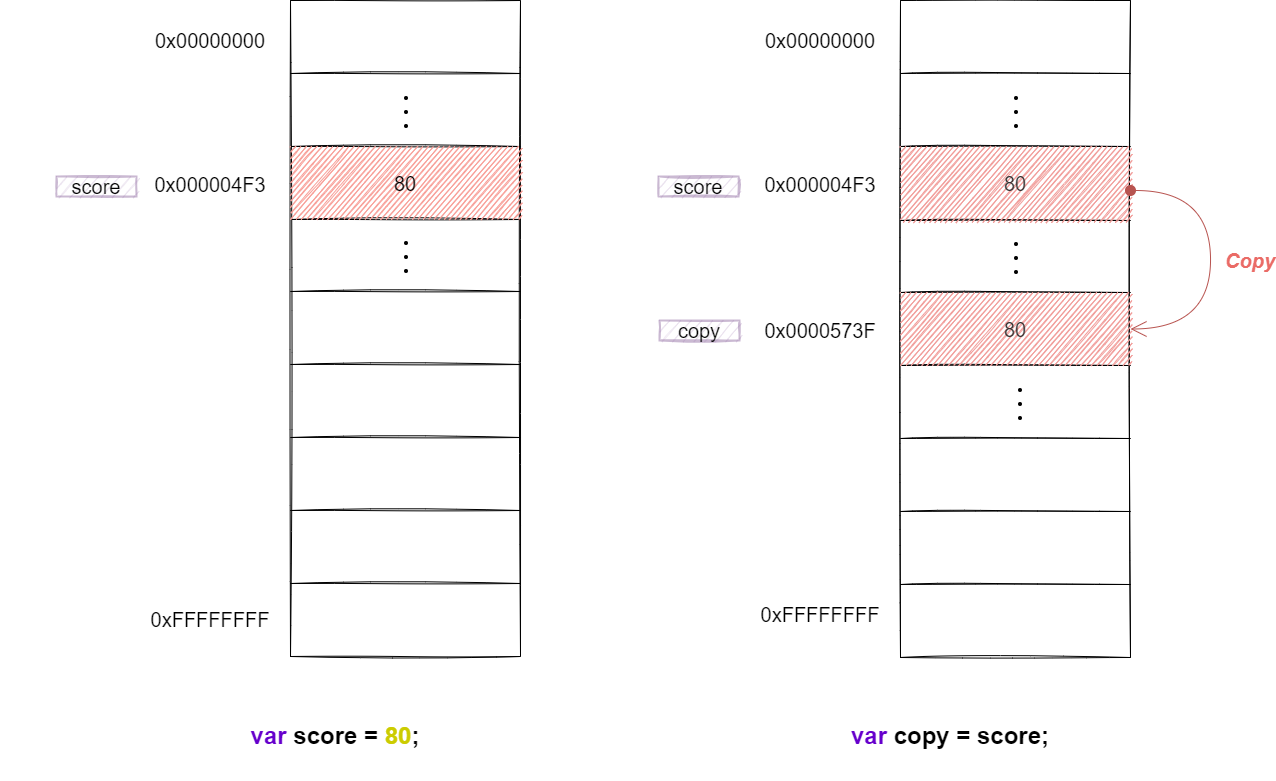
Earlier version of the draw.io export JavaScript/images/pass_by_value.png (canmarkme/Today-ILearned). Source tidied: cells renumbered, new cells last; positions are measured from the earlier drawing's top-left corner, leaving out a move shared by most shapes. The source it was exported from:
```xml
<mxGraphModel>
  <root>
    <mxCell id="0" />
    <mxCell id="1" parent="0" />
    <mxCell id="2" style="group;" parent="1" vertex="1">
      <mxGeometry width="520" height="780" as="geometry" />
    </mxCell>
    <mxCell id="3" style="shape=table;startSize=0;sketch=1;fillColor=none;" parent="2" vertex="1">
      <mxGeometry x="290" width="230" height="656" as="geometry" />
    </mxCell>
    <mxCell id="4" style="shape=partialRectangle;fillColor=none;top=0;left=0;bottom=0;right=0;sketch=1;" parent="3" vertex="1">
      <mxGeometry width="230" height="73" as="geometry" />
    </mxCell>
    <mxCell id="5" style="shape=partialRectangle;html=1;whiteSpace=wrap;overflow=hidden;fillColor=none;top=0;left=0;bottom=0;right=0;sketch=1;" parent="4" vertex="1">
      <mxGeometry width="230" height="73" as="geometry" />
    </mxCell>
    <mxCell id="6" style="shape=partialRectangle;fillColor=none;top=0;left=0;bottom=0;right=0;sketch=1;" parent="3" vertex="1">
      <mxGeometry y="73" width="230" height="73" as="geometry" />
    </mxCell>
    <mxCell id="7" value="&lt;div&gt;&lt;div&gt;&lt;ul&gt;&lt;li&gt;&lt;span style=&quot;font-size: 6px&quot;&gt;&amp;nbsp; &amp;nbsp; &amp;nbsp; &amp;nbsp; &amp;nbsp; &amp;nbsp; &amp;nbsp; &amp;nbsp; &amp;nbsp; &amp;nbsp; &amp;nbsp; &amp;nbsp; &amp;nbsp; &amp;nbsp; &amp;nbsp; &amp;nbsp; &amp;nbsp; &amp;nbsp;&amp;nbsp;&lt;/span&gt;&lt;/li&gt;&lt;li&gt;&lt;span style=&quot;font-size: 6px&quot;&gt;&amp;nbsp;&lt;/span&gt;&lt;/li&gt;&lt;li&gt;&lt;span style=&quot;font-size: 6px&quot;&gt;&amp;nbsp;&lt;/span&gt;&lt;/li&gt;&lt;/ul&gt;&lt;/div&gt;&lt;/div&gt;" style="shape=partialRectangle;html=1;whiteSpace=wrap;overflow=hidden;fillColor=none;top=0;left=0;bottom=0;right=0;sketch=1;align=right;" parent="6" vertex="1">
      <mxGeometry width="230" height="73" as="geometry" />
    </mxCell>
    <mxCell id="8" style="shape=partialRectangle;fillColor=none;top=0;left=0;bottom=0;right=0;sketch=1;" parent="3" vertex="1">
      <mxGeometry y="146" width="230" height="73" as="geometry" />
    </mxCell>
    <mxCell id="9" value="&lt;span style=&quot;font-size: 20px&quot;&gt;80&lt;/span&gt;" style="shape=partialRectangle;html=1;whiteSpace=wrap;overflow=hidden;fillColor=#F89E97;top=0;left=0;bottom=0;right=0;sketch=1;strokeColor=#b85450;fillStyle=auto;" parent="8" vertex="1">
      <mxGeometry width="230" height="73" as="geometry" />
    </mxCell>
    <mxCell id="10" style="shape=partialRectangle;fillColor=none;top=0;left=0;bottom=0;right=0;sketch=1;" parent="3" vertex="1">
      <mxGeometry y="219" width="230" height="72" as="geometry" />
    </mxCell>
    <mxCell id="11" value="&lt;ul&gt;&lt;li&gt;&lt;span style=&quot;font-size: 6px&quot;&gt;&amp;nbsp; &amp;nbsp; &amp;nbsp; &amp;nbsp; &amp;nbsp; &amp;nbsp; &amp;nbsp; &amp;nbsp; &amp;nbsp; &amp;nbsp; &amp;nbsp; &amp;nbsp; &amp;nbsp; &amp;nbsp; &amp;nbsp; &amp;nbsp; &amp;nbsp; &amp;nbsp;&amp;nbsp;&lt;/span&gt;&lt;/li&gt;&lt;li&gt;&lt;span style=&quot;font-size: 6px&quot;&gt;&amp;nbsp;&amp;nbsp;&lt;/span&gt;&lt;/li&gt;&lt;li&gt;&lt;/li&gt;&lt;/ul&gt;" style="shape=partialRectangle;html=1;whiteSpace=wrap;overflow=hidden;fillColor=none;top=0;left=0;bottom=0;right=0;sketch=1;align=right;" parent="10" vertex="1">
      <mxGeometry width="230" height="72" as="geometry" />
    </mxCell>
    <mxCell id="12" style="shape=partialRectangle;fillColor=none;top=0;left=0;bottom=0;right=0;sketch=1;" parent="3" vertex="1">
      <mxGeometry y="291" width="230" height="73" as="geometry" />
    </mxCell>
    <mxCell id="13" style="shape=partialRectangle;html=1;whiteSpace=wrap;overflow=hidden;fillColor=none;top=0;left=0;bottom=0;right=0;sketch=1;strokeColor=#666666;fontColor=#333333;" parent="12" vertex="1">
      <mxGeometry width="230" height="73" as="geometry" />
    </mxCell>
    <mxCell id="14" style="shape=partialRectangle;fillColor=none;top=0;left=0;bottom=0;right=0;sketch=1;" parent="3" vertex="1">
      <mxGeometry y="364" width="230" height="73" as="geometry" />
    </mxCell>
    <mxCell id="15" style="shape=partialRectangle;html=1;whiteSpace=wrap;overflow=hidden;fillColor=none;top=0;left=0;bottom=0;right=0;sketch=1;align=right;" parent="14" vertex="1">
      <mxGeometry width="230" height="73" as="geometry" />
    </mxCell>
    <mxCell id="16" style="shape=partialRectangle;fillColor=none;top=0;left=0;bottom=0;right=0;sketch=1;" parent="3" vertex="1">
      <mxGeometry y="437" width="230" height="73" as="geometry" />
    </mxCell>
    <mxCell id="17" style="shape=partialRectangle;html=1;whiteSpace=wrap;overflow=hidden;fillColor=none;top=0;left=0;bottom=0;right=0;sketch=1;strokeColor=#b85450;" parent="16" vertex="1">
      <mxGeometry width="230" height="73" as="geometry" />
    </mxCell>
    <mxCell id="18" style="shape=partialRectangle;fillColor=none;top=0;left=0;bottom=0;right=0;sketch=1;" parent="3" vertex="1">
      <mxGeometry y="510" width="230" height="73" as="geometry" />
    </mxCell>
    <mxCell id="19" style="shape=partialRectangle;html=1;whiteSpace=wrap;overflow=hidden;fillColor=none;top=0;left=0;bottom=0;right=0;sketch=1;align=right;" parent="18" vertex="1">
      <mxGeometry width="230" height="73" as="geometry" />
    </mxCell>
    <mxCell id="20" style="shape=partialRectangle;fillColor=none;top=0;left=0;bottom=0;right=0;sketch=1;" parent="3" vertex="1">
      <mxGeometry y="583" width="230" height="73" as="geometry" />
    </mxCell>
    <mxCell id="21" style="shape=partialRectangle;html=1;whiteSpace=wrap;overflow=hidden;fillColor=none;top=0;left=0;bottom=0;right=0;sketch=1;" parent="20" vertex="1">
      <mxGeometry width="230" height="73" as="geometry" />
    </mxCell>
    <mxCell id="22" value="&lt;font style=&quot;font-size: 20px&quot;&gt;0x00000000&lt;/font&gt;" style="text;html=1;strokeColor=none;fillColor=none;align=center;verticalAlign=middle;whiteSpace=wrap;rounded=0;sketch=0;" parent="2" vertex="1">
      <mxGeometry x="130" y="30" width="160" height="20" as="geometry" />
    </mxCell>
    <mxCell id="23" value="&lt;font style=&quot;font-size: 20px&quot;&gt;0x000004F3&lt;/font&gt;" style="text;html=1;strokeColor=none;fillColor=none;align=center;verticalAlign=middle;whiteSpace=wrap;rounded=0;sketch=0;" parent="2" vertex="1">
      <mxGeometry x="130" y="174" width="160" height="20" as="geometry" />
    </mxCell>
    <mxCell id="24" value="&lt;font style=&quot;font-size: 20px&quot;&gt;0xFFFFFFFF&lt;/font&gt;" style="text;html=1;strokeColor=none;fillColor=none;align=center;verticalAlign=middle;whiteSpace=wrap;rounded=0;sketch=0;" parent="2" vertex="1">
      <mxGeometry x="130" y="609" width="160" height="20" as="geometry" />
    </mxCell>
    <mxCell id="25" value="&lt;h1&gt;&lt;font color=&quot;#6600cc&quot;&gt;var&lt;/font&gt; score = &lt;font color=&quot;#cccc00&quot;&gt;80&lt;/font&gt;;&lt;/h1&gt;" style="text;html=1;strokeColor=none;fillColor=none;align=center;verticalAlign=middle;whiteSpace=wrap;rounded=0;sketch=0;" parent="2" vertex="1">
      <mxGeometry x="210" y="690" width="250" height="90" as="geometry" />
    </mxCell>
    <mxCell id="26" value="&lt;span style=&quot;font-size: 20px&quot;&gt;score&lt;/span&gt;" style="text;html=1;strokeColor=#9673a6;fillColor=#e1d5e7;align=center;verticalAlign=middle;whiteSpace=wrap;rounded=0;sketch=1;opacity=50;strokeWidth=2;" parent="2" vertex="1">
      <mxGeometry x="56" y="176" width="80" height="20" as="geometry" />
    </mxCell>
    <mxCell id="27" style="group;" parent="1" vertex="1">
      <mxGeometry x="610" width="520" height="780" as="geometry" />
    </mxCell>
    <mxCell id="28" style="group;" parent="27" vertex="1">
      <mxGeometry width="520" height="780" as="geometry" />
    </mxCell>
    <mxCell id="29" style="shape=table;startSize=0;sketch=1;fillColor=none;" parent="28" vertex="1">
      <mxGeometry x="290" width="230" height="657" as="geometry" />
    </mxCell>
    <mxCell id="30" style="shape=partialRectangle;fillColor=none;top=0;left=0;bottom=0;right=0;sketch=1;" parent="29" vertex="1">
      <mxGeometry width="230" height="73" as="geometry" />
    </mxCell>
    <mxCell id="31" style="shape=partialRectangle;html=1;whiteSpace=wrap;overflow=hidden;fillColor=none;top=0;left=0;bottom=0;right=0;sketch=1;" parent="30" vertex="1">
      <mxGeometry width="230" height="73" as="geometry" />
    </mxCell>
    <mxCell id="32" style="shape=partialRectangle;fillColor=none;top=0;left=0;bottom=0;right=0;sketch=1;" parent="29" vertex="1">
      <mxGeometry y="73" width="230" height="73" as="geometry" />
    </mxCell>
    <mxCell id="33" value="&lt;div&gt;&lt;div&gt;&lt;ul&gt;&lt;li&gt;&lt;span style=&quot;font-size: 6px&quot;&gt;&amp;nbsp; &amp;nbsp; &amp;nbsp; &amp;nbsp; &amp;nbsp; &amp;nbsp; &amp;nbsp; &amp;nbsp; &amp;nbsp; &amp;nbsp; &amp;nbsp; &amp;nbsp; &amp;nbsp; &amp;nbsp; &amp;nbsp; &amp;nbsp; &amp;nbsp; &amp;nbsp;&amp;nbsp;&lt;/span&gt;&lt;/li&gt;&lt;li&gt;&lt;span style=&quot;font-size: 6px&quot;&gt;&amp;nbsp;&lt;/span&gt;&lt;/li&gt;&lt;li&gt;&lt;span style=&quot;font-size: 6px&quot;&gt;&amp;nbsp;&lt;/span&gt;&lt;/li&gt;&lt;/ul&gt;&lt;/div&gt;&lt;/div&gt;" style="shape=partialRectangle;html=1;whiteSpace=wrap;overflow=hidden;fillColor=none;top=0;left=0;bottom=0;right=0;sketch=1;align=right;" parent="32" vertex="1">
      <mxGeometry width="230" height="73" as="geometry" />
    </mxCell>
    <mxCell id="34" style="shape=partialRectangle;fillColor=none;top=0;left=0;bottom=0;right=0;sketch=1;" parent="29" vertex="1">
      <mxGeometry y="146" width="230" height="74" as="geometry" />
    </mxCell>
    <mxCell id="35" value="&lt;font style=&quot;font-size: 20px&quot;&gt;80&lt;/font&gt;" style="shape=partialRectangle;html=1;whiteSpace=wrap;overflow=hidden;fillColor=#F19C99;top=0;left=0;bottom=0;right=0;sketch=1;strokeColor=#666666;fillStyle=auto;fontColor=#333333;" parent="34" vertex="1">
      <mxGeometry width="230" height="74" as="geometry" />
    </mxCell>
    <mxCell id="36" style="shape=partialRectangle;fillColor=none;top=0;left=0;bottom=0;right=0;sketch=1;" parent="29" vertex="1">
      <mxGeometry y="220" width="230" height="72" as="geometry" />
    </mxCell>
    <mxCell id="37" value="&lt;ul&gt;&lt;li&gt;&lt;span style=&quot;font-size: 6px&quot;&gt;&amp;nbsp; &amp;nbsp; &amp;nbsp; &amp;nbsp; &amp;nbsp; &amp;nbsp; &amp;nbsp; &amp;nbsp; &amp;nbsp; &amp;nbsp; &amp;nbsp; &amp;nbsp; &amp;nbsp; &amp;nbsp; &amp;nbsp; &amp;nbsp; &amp;nbsp; &amp;nbsp;&amp;nbsp;&lt;/span&gt;&lt;/li&gt;&lt;li&gt;&lt;span style=&quot;font-size: 6px&quot;&gt;&amp;nbsp;&amp;nbsp;&lt;/span&gt;&lt;/li&gt;&lt;li&gt;&lt;/li&gt;&lt;/ul&gt;" style="shape=partialRectangle;html=1;whiteSpace=wrap;overflow=hidden;fillColor=none;top=0;left=0;bottom=0;right=0;sketch=1;align=right;" parent="36" vertex="1">
      <mxGeometry width="230" height="72" as="geometry" />
    </mxCell>
    <mxCell id="38" style="shape=partialRectangle;fillColor=none;top=0;left=0;bottom=0;right=0;points=[[0,0.5],[1,0.5]];portConstraint=eastwest;sketch=1;" parent="29" vertex="1">
      <mxGeometry y="292" width="230" height="73" as="geometry" />
    </mxCell>
    <mxCell id="39" value="&lt;font style=&quot;font-size: 20px&quot;&gt;80&lt;/font&gt;" style="shape=partialRectangle;html=1;whiteSpace=wrap;overflow=hidden;fillColor=#F19C99;top=0;left=0;bottom=0;right=0;sketch=1;strokeColor=none;fontColor=#333333;" parent="38" vertex="1">
      <mxGeometry width="230" height="73" as="geometry" />
    </mxCell>
    <mxCell id="40" style="shape=partialRectangle;fillColor=none;top=0;left=0;bottom=0;right=0;sketch=1;" parent="29" vertex="1">
      <mxGeometry y="365" width="230" height="73" as="geometry" />
    </mxCell>
    <mxCell id="41" value="&lt;ul&gt;&lt;li&gt;&amp;nbsp;&lt;/li&gt;&lt;li&gt;&amp;nbsp;&lt;/li&gt;&lt;li&gt;&amp;nbsp;&amp;nbsp;&lt;/li&gt;&lt;/ul&gt;" style="shape=partialRectangle;html=1;whiteSpace=wrap;overflow=hidden;fillColor=none;top=0;left=0;bottom=0;right=0;sketch=1;align=center;" parent="40" vertex="1">
      <mxGeometry width="230" height="73" as="geometry" />
    </mxCell>
    <mxCell id="42" style="shape=partialRectangle;fillColor=none;top=0;left=0;bottom=0;right=0;sketch=1;" parent="29" vertex="1">
      <mxGeometry y="438" width="230" height="73" as="geometry" />
    </mxCell>
    <mxCell id="43" style="shape=partialRectangle;html=1;whiteSpace=wrap;overflow=hidden;fillColor=none;top=0;left=0;bottom=0;right=0;sketch=1;strokeColor=#b85450;" parent="42" vertex="1">
      <mxGeometry width="230" height="73" as="geometry" />
    </mxCell>
    <mxCell id="44" style="shape=partialRectangle;fillColor=none;top=0;left=0;bottom=0;right=0;sketch=1;" parent="29" vertex="1">
      <mxGeometry y="511" width="230" height="73" as="geometry" />
    </mxCell>
    <mxCell id="45" style="shape=partialRectangle;html=1;whiteSpace=wrap;overflow=hidden;fillColor=none;top=0;left=0;bottom=0;right=0;sketch=1;align=right;" parent="44" vertex="1">
      <mxGeometry width="230" height="73" as="geometry" />
    </mxCell>
    <mxCell id="46" style="shape=partialRectangle;fillColor=none;top=0;left=0;bottom=0;right=0;sketch=1;" parent="29" vertex="1">
      <mxGeometry y="584" width="230" height="73" as="geometry" />
    </mxCell>
    <mxCell id="47" style="shape=partialRectangle;html=1;whiteSpace=wrap;overflow=hidden;fillColor=none;top=0;left=0;bottom=0;right=0;sketch=1;" parent="46" vertex="1">
      <mxGeometry width="230" height="73" as="geometry" />
    </mxCell>
    <mxCell id="48" value="&lt;font style=&quot;font-size: 20px&quot;&gt;0x00000000&lt;/font&gt;" style="text;html=1;strokeColor=none;fillColor=none;align=center;verticalAlign=middle;whiteSpace=wrap;rounded=0;sketch=0;" parent="28" vertex="1">
      <mxGeometry x="130" y="30" width="160" height="20" as="geometry" />
    </mxCell>
    <mxCell id="49" value="&lt;font style=&quot;font-size: 20px&quot;&gt;0x000004F3&lt;/font&gt;" style="text;html=1;strokeColor=none;fillColor=none;align=center;verticalAlign=middle;whiteSpace=wrap;rounded=0;sketch=0;" parent="28" vertex="1">
      <mxGeometry x="130" y="174" width="160" height="20" as="geometry" />
    </mxCell>
    <mxCell id="50" value="&lt;font style=&quot;font-size: 20px&quot;&gt;0x0000573F&lt;/font&gt;" style="text;html=1;strokeColor=none;fillColor=none;align=center;verticalAlign=middle;whiteSpace=wrap;rounded=0;sketch=0;" parent="28" vertex="1">
      <mxGeometry x="130" y="320" width="160" height="20" as="geometry" />
    </mxCell>
    <mxCell id="51" value="&lt;h1&gt;&lt;font color=&quot;#6600cc&quot;&gt;var &lt;/font&gt;copy = score;&lt;/h1&gt;" style="text;html=1;strokeColor=none;fillColor=none;align=center;verticalAlign=middle;whiteSpace=wrap;rounded=0;sketch=0;" parent="28" vertex="1">
      <mxGeometry x="210" y="690" width="260" height="90" as="geometry" />
    </mxCell>
    <mxCell id="52" value="&lt;span style=&quot;font-size: 20px&quot;&gt;copy&lt;/span&gt;" style="text;html=1;strokeColor=#9673a6;fillColor=#e1d5e7;align=center;verticalAlign=middle;whiteSpace=wrap;rounded=0;sketch=1;opacity=50;strokeWidth=2;" parent="28" vertex="1">
      <mxGeometry x="49" y="320" width="80" height="20" as="geometry" />
    </mxCell>
    <mxCell id="53" value="&lt;span style=&quot;font-size: 20px&quot;&gt;score&lt;/span&gt;" style="text;html=1;strokeColor=#9673a6;fillColor=#e1d5e7;align=center;verticalAlign=middle;whiteSpace=wrap;rounded=0;sketch=1;opacity=50;strokeWidth=2;" parent="28" vertex="1">
      <mxGeometry x="48" y="176" width="80" height="20" as="geometry" />
    </mxCell>
    <mxCell id="54" value="&lt;font style=&quot;font-size: 20px&quot;&gt;0xFFFFFFFF&lt;/font&gt;" style="text;html=1;strokeColor=none;fillColor=none;align=center;verticalAlign=middle;whiteSpace=wrap;rounded=0;sketch=0;" parent="27" vertex="1">
      <mxGeometry x="130" y="604" width="160" height="20" as="geometry" />
    </mxCell>
    <mxCell id="55" style="endArrow=open;html=1;startSize=10;endSize=14;sourcePerimeterSpacing=8;targetPerimeterSpacing=8;entryX=1;entryY=0.5;entryDx=0;entryDy=0;edgeStyle=orthogonalEdgeStyle;curved=1;startArrow=oval;startFill=1;endFill=0;fillColor=#f8cecc;strokeColor=#b85450;" parent="1" edge="1" target="38">
      <mxGeometry relative="1" as="geometry">
        <mxPoint x="1130" y="190" as="sourcePoint" />
        <Array as="points">
          <mxPoint x="1210" y="190" />
          <mxPoint x="1210" y="328" />
        </Array>
      </mxGeometry>
    </mxCell>
    <mxCell id="56" value="&lt;font style=&quot;font-size: 20px&quot; color=&quot;#ea6b66&quot;&gt;Copy&lt;/font&gt;" style="text;html=1;strokeColor=none;fillColor=none;align=center;verticalAlign=middle;whiteSpace=wrap;rounded=0;hachureGap=4;fontStyle=3;" parent="1" vertex="1">
      <mxGeometry x="1230" y="250" width="40" height="20" as="geometry" />
    </mxCell>
  </root>
</mxGraphModel>
```
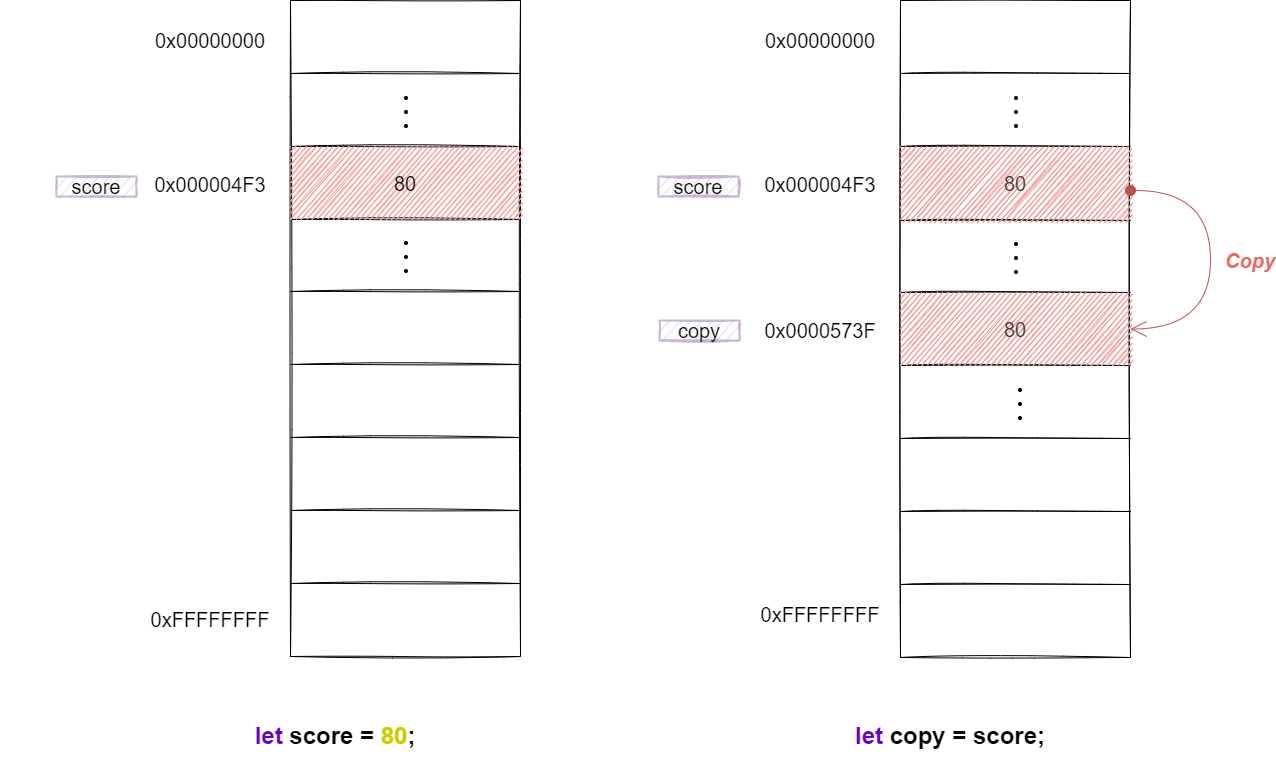
After the change.

Diff of the diagram source:
```diff
@@ -71,7 +71,7 @@
     <mxCell id="24" value="&lt;font style=&quot;font-size: 20px&quot;&gt;0xFFFFFFFF&lt;/font&gt;" style="text;html=1;strokeColor=none;fillColor=none;align=center;verticalAlign=middle;whiteSpace=wrap;rounded=0;sketch=0;" parent="2" vertex="1">
       <mxGeometry x="130" y="609" width="160" height="20" as="geometry" />
     </mxCell>
-    <mxCell id="25" value="&lt;h1&gt;&lt;font color=&quot;#6600cc&quot;&gt;var&lt;/font&gt; score = &lt;font color=&quot;#cccc00&quot;&gt;80&lt;/font&gt;;&lt;/h1&gt;" style="text;html=1;strokeColor=none;fillColor=none;align=center;verticalAlign=middle;whiteSpace=wrap;rounded=0;sketch=0;" parent="2" vertex="1">
+    <mxCell id="25" value="&lt;h1&gt;&lt;font color=&quot;#6600cc&quot;&gt;let&lt;/font&gt; score = &lt;font color=&quot;#cccc00&quot;&gt;80&lt;/font&gt;;&lt;/h1&gt;" style="text;html=1;strokeColor=none;fillColor=none;align=center;verticalAlign=middle;whiteSpace=wrap;rounded=0;sketch=0;" parent="2" vertex="1">
       <mxGeometry x="210" y="690" width="250" height="90" as="geometry" />
     </mxCell>
     <mxCell id="26" value="&lt;span style=&quot;font-size: 20px&quot;&gt;score&lt;/span&gt;" style="text;html=1;strokeColor=#9673a6;fillColor=#e1d5e7;align=center;verticalAlign=middle;whiteSpace=wrap;rounded=0;sketch=1;opacity=50;strokeWidth=2;" parent="2" vertex="1">
@@ -149,7 +149,7 @@
     <mxCell id="50" value="&lt;font style=&quot;font-size: 20px&quot;&gt;0x0000573F&lt;/font&gt;" style="text;html=1;strokeColor=none;fillColor=none;align=center;verticalAlign=middle;whiteSpace=wrap;rounded=0;sketch=0;" parent="28" vertex="1">
       <mxGeometry x="130" y="320" width="160" height="20" as="geometry" />
     </mxCell>
-    <mxCell id="51" value="&lt;h1&gt;&lt;font color=&quot;#6600cc&quot;&gt;var &lt;/font&gt;copy = score;&lt;/h1&gt;" style="text;html=1;strokeColor=none;fillColor=none;align=center;verticalAlign=middle;whiteSpace=wrap;rounded=0;sketch=0;" parent="28" vertex="1">
+    <mxCell id="51" value="&lt;h1&gt;&lt;font color=&quot;#6600cc&quot;&gt;let&amp;nbsp;&lt;/font&gt;copy = score;&lt;/h1&gt;" style="text;html=1;strokeColor=none;fillColor=none;align=center;verticalAlign=middle;whiteSpace=wrap;rounded=0;sketch=0;" parent="28" vertex="1">
       <mxGeometry x="210" y="690" width="260" height="90" as="geometry" />
     </mxCell>
     <mxCell id="52" value="&lt;span style=&quot;font-size: 20px&quot;&gt;copy&lt;/span&gt;" style="text;html=1;strokeColor=#9673a6;fillColor=#e1d5e7;align=center;verticalAlign=middle;whiteSpace=wrap;rounded=0;sketch=1;opacity=50;strokeWidth=2;" parent="28" vertex="1">
```
